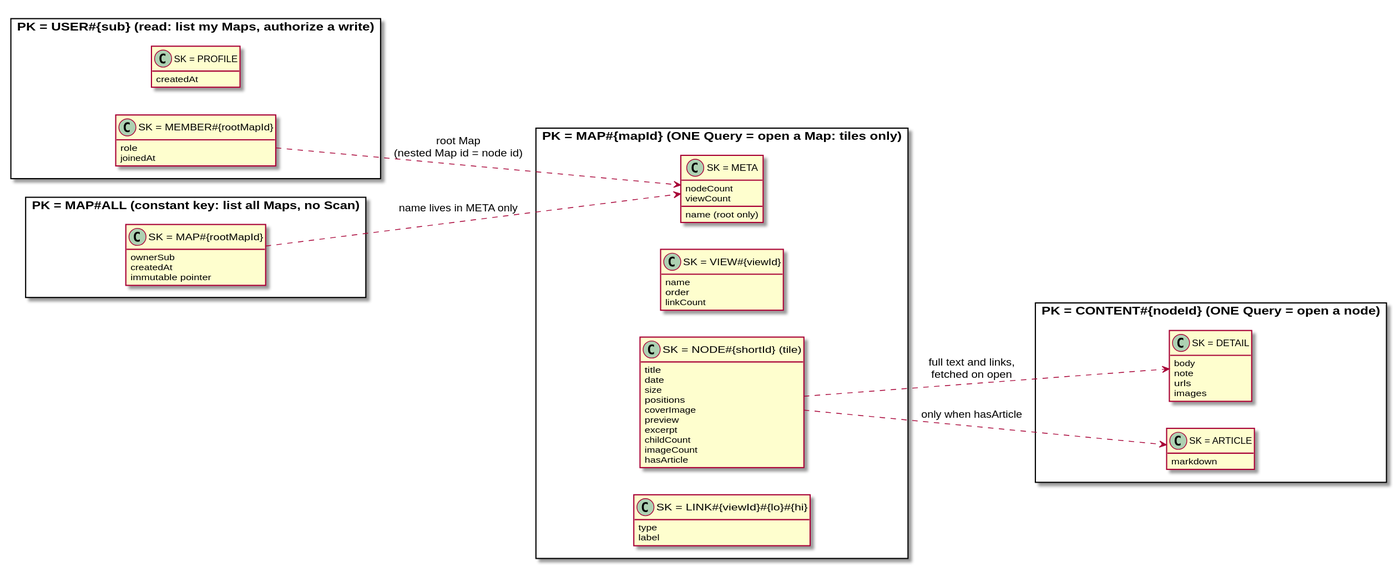
Before: DOC/architecture/diagrams/physical_layout.svg, a diagram exported from PlantUML (LouayBks/spiresen-saga).
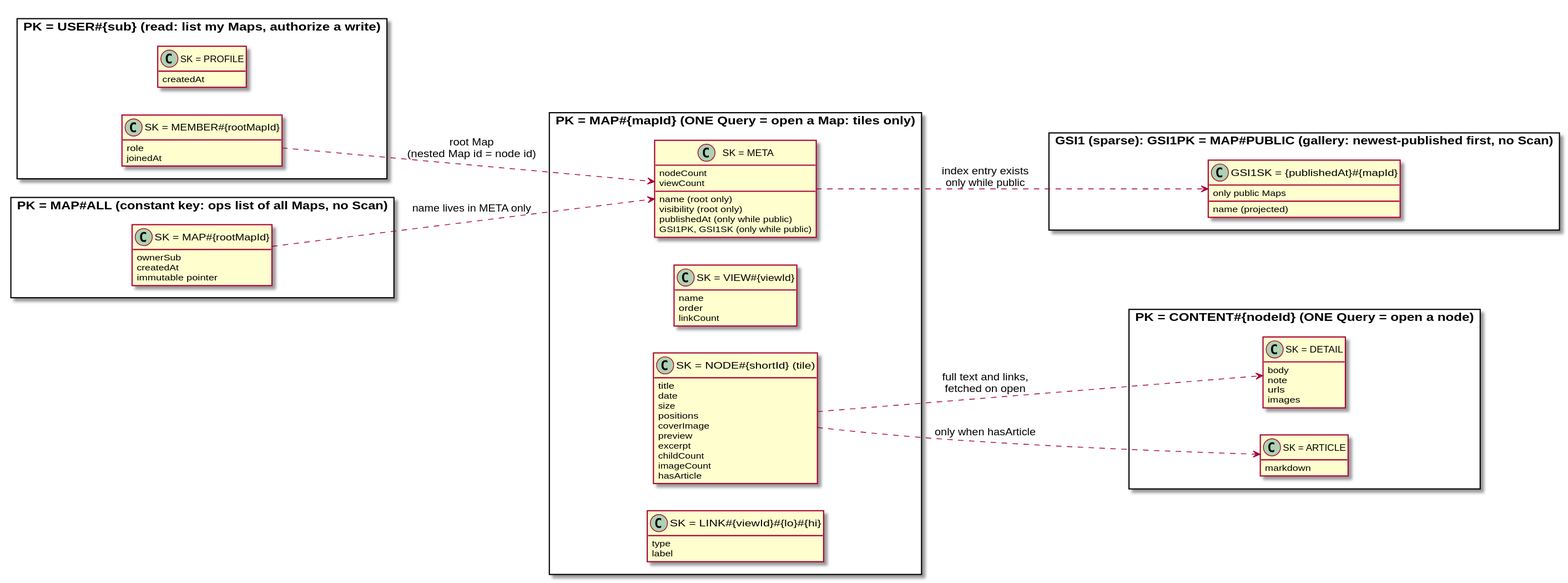
After the change.

Commit message:
docs(docs): add map-visibility spec, amend ADR-007 with gallery index

What changed in the source:
```diff
@@ -19,6 +19,9 @@
     name (root only)
     nodeCount
     viewCount
+    visibility (root only)
+    publishedAt (only while public)
+    GSI1PK, GSI1SK (only while public)
   }
   class "SK = VIEW#{viewId}" as M2 {
     name
@@ -55,7 +58,14 @@
   }
 }
 
-package "PK = MAP#ALL   (constant key: list all Maps, no Scan)" {
+package "GSI1 (sparse): GSI1PK = MAP#PUBLIC   (gallery: newest-published first, no Scan)" {
+  class "GSI1SK = {publishedAt}#{mapId}" as G1 {
+    name (projected)
+    only public Maps
+  }
+}
+
+package "PK = MAP#ALL   (constant key: ops list of all Maps, no Scan)" {
   class "SK = MAP#{rootMapId}" as D1 {
     ownerSub
     createdAt
@@ -67,4 +77,5 @@
 M3 ..> C2 : only when hasArticle
 U2 ..> M1 : root Map\n(nested Map id = node id)
 D1 ..> M1 : name lives in META only
+M1 ..> G1 : index entry exists\nonly while public
 @enduml
```
